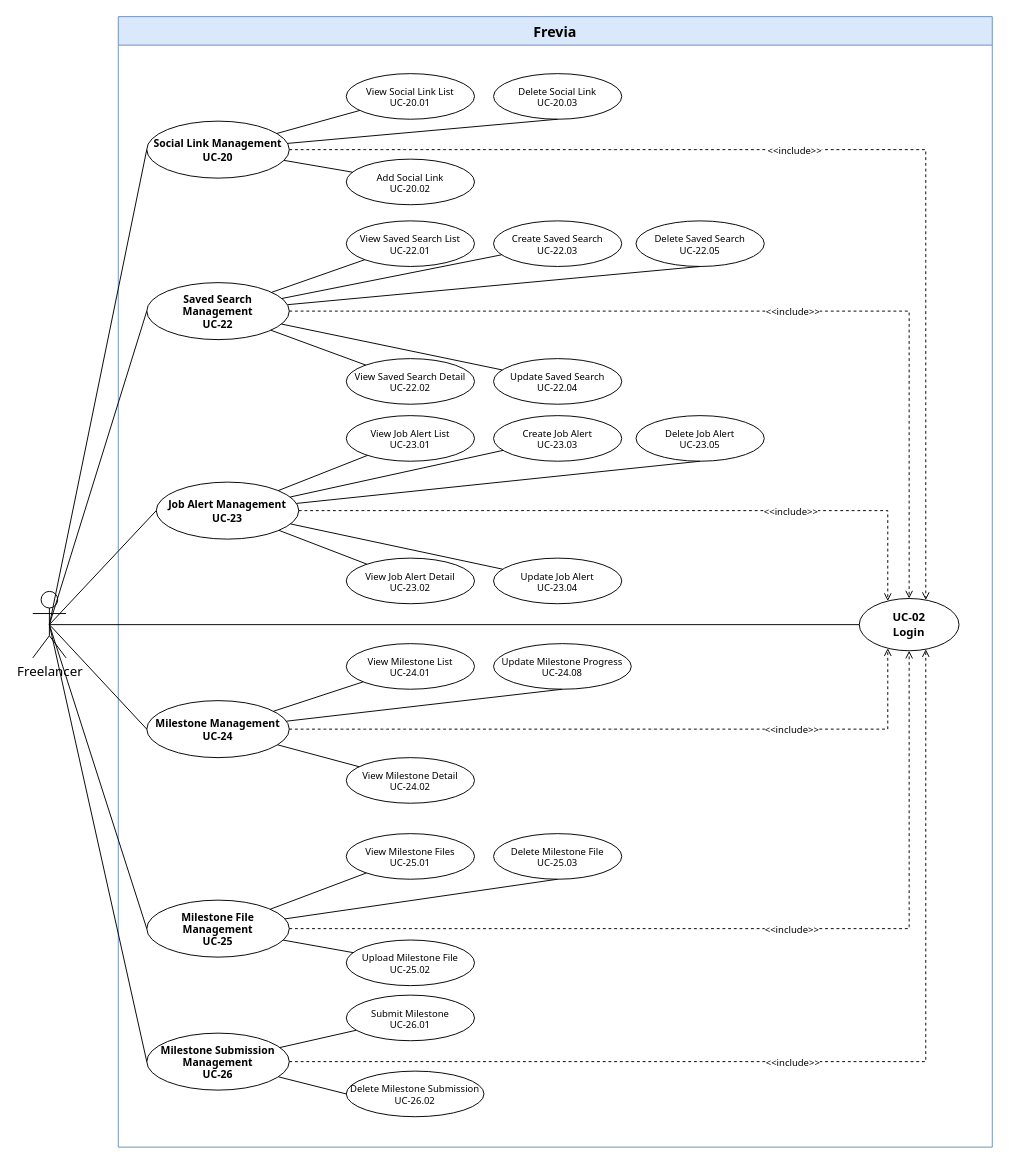
Before: page "Freelancer 5/7" (5 of 7) of uc-diagrams/Freelancer.drawio in Thunggg/Frevia, a draw.io diagram. Source tidied: cells renumbered, new cells numbered last; positions are measured from the earlier drawing's top-left corner, leaving out a move shared by most shapes. Both pictures are drawn from the tidied source at 95%, with x=0, y=0 at pixel (32, 16).
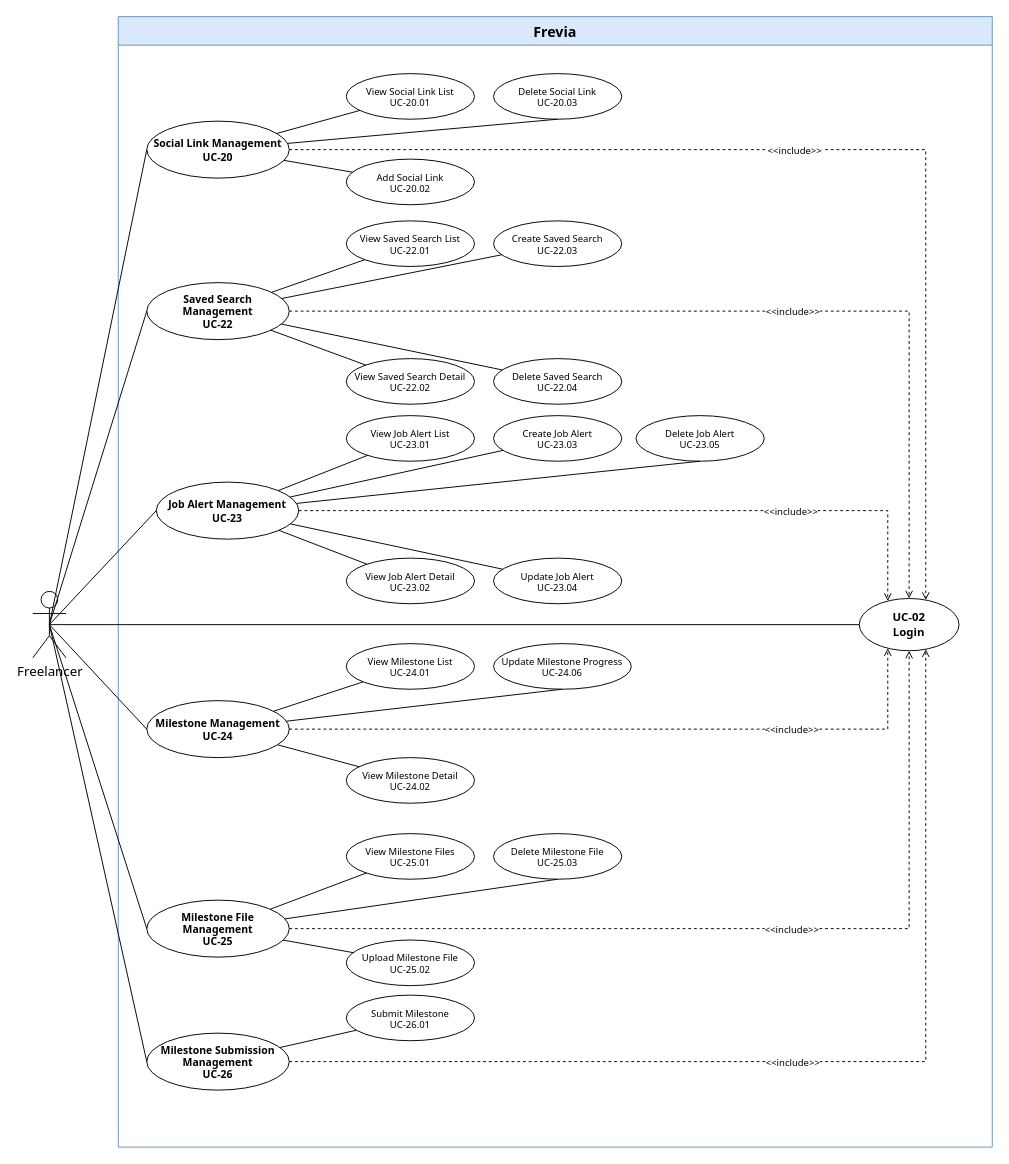
The same page after the edit.

Unchanged cells that the change refers to:
```xml
<mxCell id="2" value="Frevia" style="swimlane;whiteSpace=wrap;html=1;startSize=30;fontSize=15;fontFamily=Tahoma;fontStyle=1;fillColor=#dae8fc;strokeColor=#6c8ebf;" parent="1" vertex="1">
  <mxGeometry x="90" width="920" height="1190" as="geometry" />
</mxCell>
<mxCell id="11" value="Saved Search Management&#10;UC-22" style="ellipse;whiteSpace=wrap;html=1;fontSize=11;fontFamily=Tahoma;fontStyle=1;fillColor=#ffffff;strokeColor=#000000;" parent="2" vertex="1">
  <mxGeometry x="30" y="280" width="150" height="60" as="geometry" />
</mxCell>
<mxCell id="49" value="Milestone Submission Management&#10;UC-26" style="ellipse;whiteSpace=wrap;html=1;fontSize=11;fontFamily=Tahoma;fontStyle=1;fillColor=#ffffff;strokeColor=#000000;" parent="2" vertex="1">
  <mxGeometry x="30" y="1070" width="150" height="60" as="geometry" />
</mxCell>
```

Change to the diagram source:
```diff
@@
-    <mxCell id="15" value="Update Saved Search&#10;UC-22.04" style="ellipse;whiteSpace=wrap;html=1;fontSize=10;fontFamily=Tahoma;fillColor=#ffffff;strokeColor=#000000;" parent="2" vertex="1">
+    <mxCell id="15" value="Delete Saved Search&#10;UC-22.04" style="ellipse;whiteSpace=wrap;html=1;fontSize=10;fontFamily=Tahoma;fillColor=#ffffff;strokeColor=#000000;" parent="2" vertex="1">
       <mxGeometry x="395" y="360" width="135" height="48" as="geometry" />
     </mxCell>
-    <mxCell id="16" value="Delete Saved Search&#10;UC-22.05" style="ellipse;whiteSpace=wrap;html=1;fontSize=10;fontFamily=Tahoma;fillColor=#ffffff;strokeColor=#000000;" parent="2" vertex="1">
-      <mxGeometry x="545" y="215" width="135" height="48" as="geometry" />
-    </mxCell>
@@
-    <mxCell id="21" style="endArrow=none;html=1;rounded=0;fontFamily=Tahoma;fontSize=13;entryX=0.5;entryY=1;entryDx=0;entryDy=0;" parent="2" edge="1" source="11" target="16">
-      <mxGeometry relative="1" as="geometry" />
-    </mxCell>
@@
-    <mxCell id="36" value="Update Milestone Progress&#10;UC-24.08" style="ellipse;whiteSpace=wrap;html=1;fontSize=10;fontFamily=Tahoma;fillColor=#ffffff;strokeColor=#000000;" parent="2" vertex="1">
+    <mxCell id="36" value="Update Milestone Progress&#10;UC-24.06" style="ellipse;whiteSpace=wrap;html=1;fontSize=10;fontFamily=Tahoma;fillColor=#ffffff;strokeColor=#000000;" parent="2" vertex="1">
       <mxGeometry x="395" y="660" width="145" height="48" as="geometry" />
     </mxCell>
@@
-    <mxCell id="47" value="Delete Milestone Submission&#10;UC-26.02" style="ellipse;whiteSpace=wrap;html=1;fontSize=10;fontFamily=Tahoma;fillColor=#ffffff;strokeColor=#000000;" parent="2" vertex="1">
-      <mxGeometry x="240" y="1110" width="145" height="48" as="geometry" />
-    </mxCell>
-    <mxCell id="48" style="endArrow=none;html=1;rounded=0;fontFamily=Tahoma;fontSize=13;entryX=0;entryY=0.5;entryDx=0;entryDy=0;" parent="2" edge="1" source="49" target="47">
-      <mxGeometry relative="1" as="geometry" />
-    </mxCell>
```
